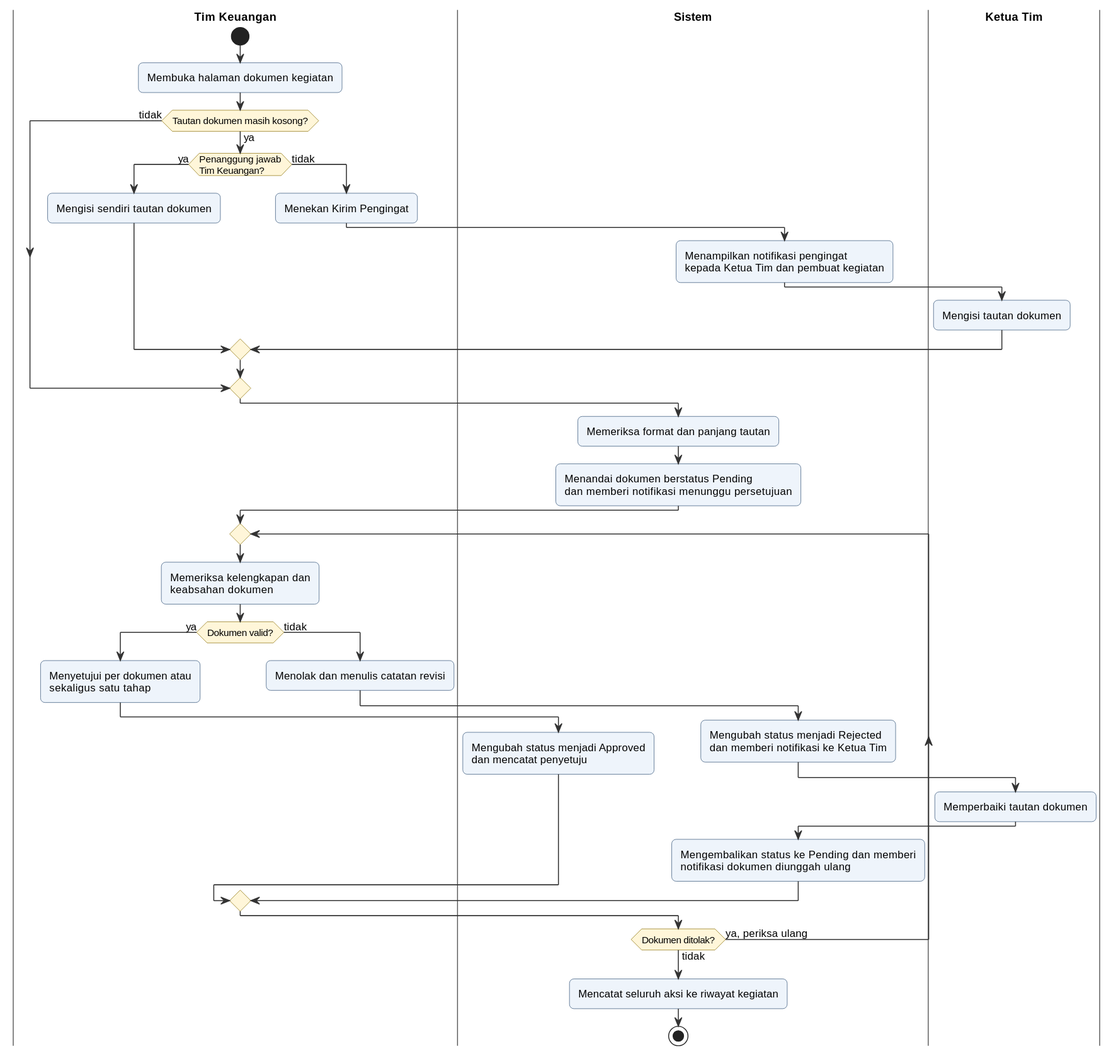
The PlantUML diagram docs/diagram/out/activity-verifikasi-dokumen.svg in kharis5870/Kharisma, before a commit.
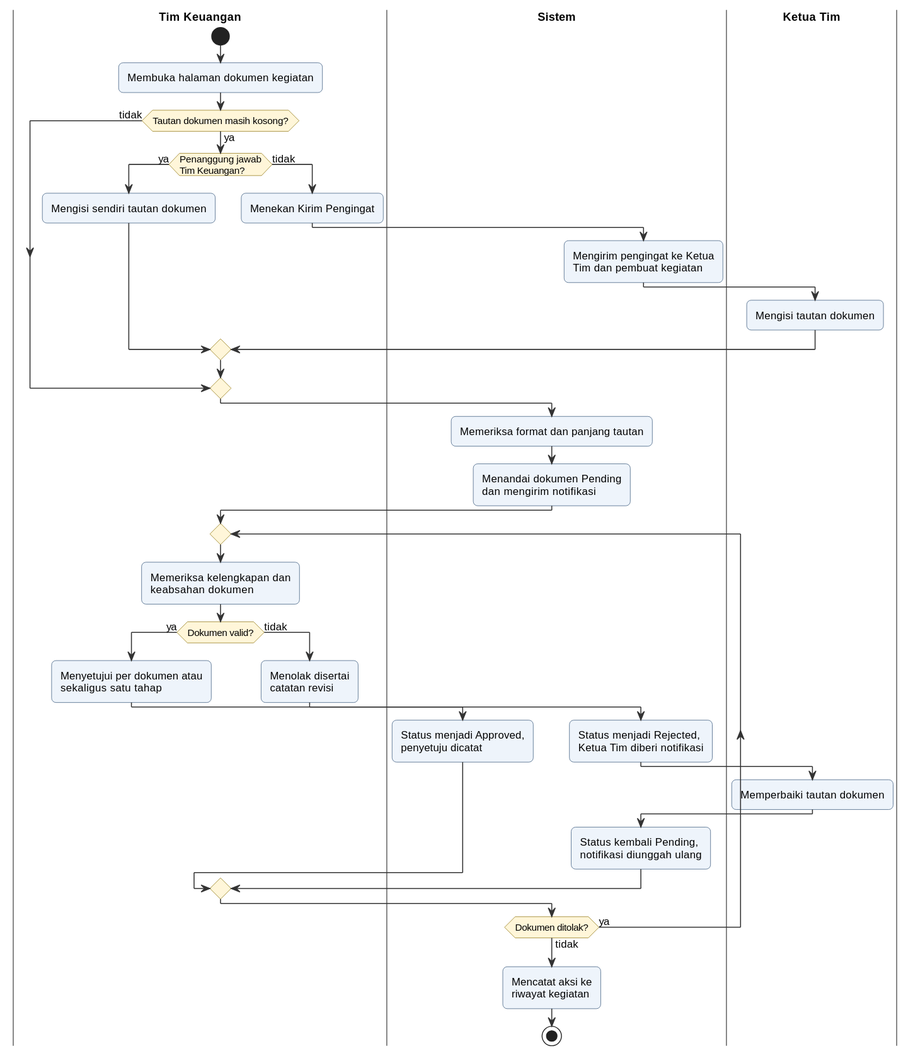
After the commit.

Diff of the diagram source:
```diff
@@ -11,8 +11,8 @@
   else (tidak)
     :Menekan Kirim Pengingat;
     |Sistem|
-    :Menampilkan notifikasi pengingat
-    kepada Ketua Tim dan pembuat kegiatan;
+    :Mengirim pengingat ke Ketua
+    Tim dan pembuat kegiatan;
     |Ketua Tim|
     :Mengisi tautan dokumen;
   endif
@@ -21,8 +21,8 @@
 
 |Sistem|
 :Memeriksa format dan panjang tautan;
-:Menandai dokumen berstatus Pending
-dan memberi notifikasi menunggu persetujuan;
+:Menandai dokumen Pending
+dan mengirim notifikasi;
 
 repeat
   |Tim Keuangan|
@@ -32,23 +32,25 @@
     :Menyetujui per dokumen atau
     sekaligus satu tahap;
     |Sistem|
-    :Mengubah status menjadi Approved
-    dan mencatat penyetuju;
+    :Status menjadi Approved,
+    penyetuju dicatat;
   else (tidak)
     |Tim Keuangan|
-    :Menolak dan menulis catatan revisi;
+    :Menolak disertai
+    catatan revisi;
     |Sistem|
-    :Mengubah status menjadi Rejected
-    dan memberi notifikasi ke Ketua Tim;
+    :Status menjadi Rejected,
+    Ketua Tim diberi notifikasi;
     |Ketua Tim|
     :Memperbaiki tautan dokumen;
     |Sistem|
-    :Mengembalikan status ke Pending dan memberi
-    notifikasi dokumen diunggah ulang;
+    :Status kembali Pending,
+    notifikasi diunggah ulang;
   endif
   |Sistem|
-repeat while (Dokumen ditolak?) is (ya, periksa ulang) not (tidak)
+repeat while (Dokumen ditolak?) is (ya) not (tidak)
 
-:Mencatat seluruh aksi ke riwayat kegiatan;
+:Mencatat aksi ke
+riwayat kegiatan;
 stop
 @enduml
```
